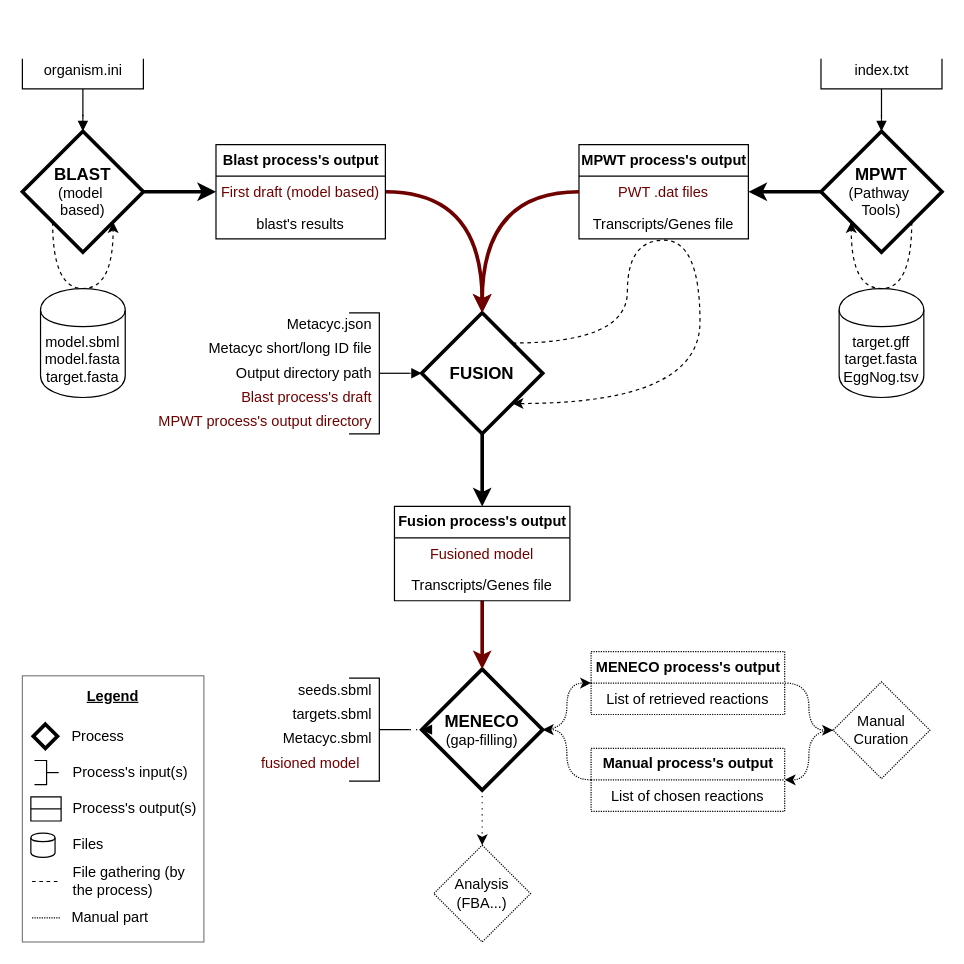
AsaLap/PlantGEMs keeps this draw.io diagram as Flowchart_PlantGEMs.drawio. Above is the earlier version. Source tidied: cells renumbered, new cells numbered last; positions are measured from the earlier drawing's top-left corner, leaving out a move shared by most shapes. Both pictures are drawn from the tidied source at 121%, with x=0, y=0 at pixel (22, 58).
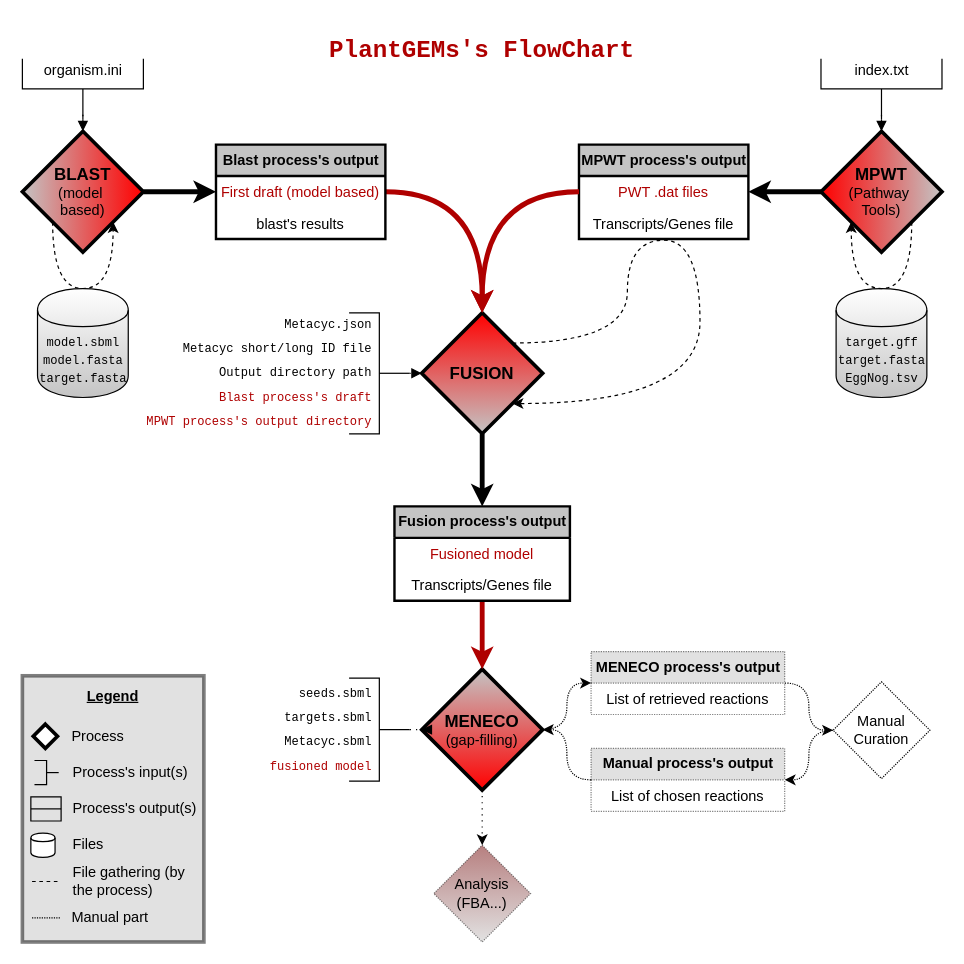
Above is the later version.

Commit message:
Update Flowchart's colors

Diff of the diagram source:
```diff
@@
-    <mxCell id="2" value="&lt;font color=&quot;#000000&quot;&gt;&lt;b&gt;&lt;u&gt;Legend&lt;br&gt;&lt;br&gt;&lt;/u&gt;&lt;/b&gt;&lt;br&gt;&lt;br&gt;&lt;br&gt;&lt;br&gt;&lt;br&gt;&lt;br&gt;&lt;br&gt;&lt;/font&gt;&lt;div style=&quot;text-align: left&quot;&gt;&lt;font color=&quot;#000000&quot;&gt;&lt;br&gt;&lt;/font&gt;&lt;/div&gt;&lt;div style=&quot;text-align: left&quot;&gt;&lt;font color=&quot;#000000&quot;&gt;&lt;br&gt;&lt;/font&gt;&lt;/div&gt;&lt;div style=&quot;text-align: left&quot;&gt;&lt;font color=&quot;#000000&quot;&gt;&lt;br&gt;&lt;/font&gt;&lt;/div&gt;&lt;div style=&quot;text-align: left&quot;&gt;&lt;font color=&quot;#000000&quot;&gt;&lt;br&gt;&lt;/font&gt;&lt;/div&gt;&lt;div style=&quot;text-align: left&quot;&gt;&lt;br&gt;&lt;/div&gt;" style="rounded=0;whiteSpace=wrap;html=1;labelBackgroundColor=none;strokeWidth=1;fillColor=#ffffff;gradientColor=none;fontColor=#FFFFFF;align=center;shadow=0;opacity=50;" parent="1" vertex="1">
+    <mxCell id="2" value="&lt;font color=&quot;#000000&quot;&gt;&lt;b&gt;&lt;u&gt;Legend&lt;br&gt;&lt;br&gt;&lt;/u&gt;&lt;/b&gt;&lt;br&gt;&lt;br&gt;&lt;br&gt;&lt;br&gt;&lt;br&gt;&lt;br&gt;&lt;br&gt;&lt;/font&gt;&lt;div style=&quot;text-align: left&quot;&gt;&lt;font color=&quot;#000000&quot;&gt;&lt;br&gt;&lt;/font&gt;&lt;/div&gt;&lt;div style=&quot;text-align: left&quot;&gt;&lt;font color=&quot;#000000&quot;&gt;&lt;br&gt;&lt;/font&gt;&lt;/div&gt;&lt;div style=&quot;text-align: left&quot;&gt;&lt;font color=&quot;#000000&quot;&gt;&lt;br&gt;&lt;/font&gt;&lt;/div&gt;&lt;div style=&quot;text-align: left&quot;&gt;&lt;font color=&quot;#000000&quot;&gt;&lt;br&gt;&lt;/font&gt;&lt;/div&gt;&lt;div style=&quot;text-align: left&quot;&gt;&lt;br&gt;&lt;/div&gt;" style="rounded=0;whiteSpace=wrap;html=1;labelBackgroundColor=none;strokeWidth=3;fontColor=#FFFFFF;align=center;shadow=0;opacity=50;gradientDirection=north;fillColor=#C4C4C4;" parent="1" vertex="1">
       <mxGeometry y="510" width="150" height="220" as="geometry" />
     </mxCell>
-    <mxCell id="3" style="edgeStyle=orthogonalEdgeStyle;rounded=0;jettySize=auto;html=1;entryX=0;entryY=0.5;entryDx=0;entryDy=0;strokeWidth=3;" parent="1" edge="1" source="5">
+    <mxCell id="3" style="edgeStyle=orthogonalEdgeStyle;rounded=0;jettySize=auto;html=1;entryX=0;entryY=0.5;entryDx=0;entryDy=0;strokeWidth=4;" parent="1" edge="1" source="5">
       <mxGeometry relative="1" as="geometry">
         <mxPoint x="160" y="110" as="targetPoint" />
       </mxGeometry>
     </mxCell>
@@
-    <mxCell id="5" value="&lt;b&gt;&lt;font style=&quot;font-size: 14px&quot;&gt;BLAST&lt;/font&gt;&lt;/b&gt;&lt;br&gt;&lt;font style=&quot;font-size: 12px&quot;&gt;(model&amp;nbsp;&lt;br&gt;based)&lt;/font&gt;" style="rhombus;labelBorderColor=none;labelBackgroundColor=none;whiteSpace=wrap;html=1;strokeWidth=3;gradientColor=none;" parent="1" vertex="1">
+    <mxCell id="5" value="&lt;b&gt;&lt;font style=&quot;font-size: 14px&quot;&gt;BLAST&lt;/font&gt;&lt;/b&gt;&lt;br&gt;&lt;font style=&quot;font-size: 12px&quot;&gt;(model&amp;nbsp;&lt;br&gt;based)&lt;/font&gt;" style="rhombus;labelBorderColor=none;labelBackgroundColor=none;whiteSpace=wrap;html=1;strokeWidth=3;gradientDirection=west;gradientColor=#C4C4C4;fillColor=#FF0000;" parent="1" vertex="1">
       <mxGeometry y="60" width="100" height="100" as="geometry" />
     </mxCell>
-    <mxCell id="6" style="edgeStyle=orthogonalEdgeStyle;curved=1;jettySize=auto;html=1;entryX=1;entryY=0.5;entryDx=0;entryDy=0;startArrow=none;startFill=0;fontColor=#6F0000;strokeWidth=3;" parent="1" edge="1" source="7" target="26">
+    <mxCell id="6" style="edgeStyle=orthogonalEdgeStyle;curved=1;jettySize=auto;html=1;entryX=1;entryY=0.5;entryDx=0;entryDy=0;startArrow=none;startFill=0;fontColor=#6F0000;strokeWidth=4;" parent="1" edge="1" source="7" target="26">
       <mxGeometry relative="1" as="geometry" />
     </mxCell>
-    <mxCell id="7" value="&lt;b&gt;&lt;font style=&quot;font-size: 14px&quot;&gt;MPWT&lt;/font&gt;&lt;/b&gt;&lt;br&gt;(Pathway&amp;nbsp;&lt;br&gt;Tools)" style="rhombus;whiteSpace=wrap;html=1;strokeWidth=3;gradientColor=none;" parent="1" vertex="1">
+    <mxCell id="7" value="&lt;b&gt;&lt;font style=&quot;font-size: 14px&quot;&gt;MPWT&lt;/font&gt;&lt;/b&gt;&lt;br&gt;(Pathway&amp;nbsp;&lt;br&gt;Tools)" style="rhombus;whiteSpace=wrap;html=1;strokeWidth=3;gradientDirection=east;fillColor=#FF0000;gradientColor=#C4C4C4;" parent="1" vertex="1">
       <mxGeometry x="660" y="60" width="100" height="100" as="geometry" />
     </mxCell>
-    <mxCell id="8" style="edgeStyle=orthogonalEdgeStyle;curved=1;jettySize=auto;html=1;entryX=0.5;entryY=0;entryDx=0;entryDy=0;startArrow=none;startFill=0;fontColor=#6F0000;strokeWidth=3;" parent="1" edge="1" source="9" target="54">
+    <mxCell id="8" style="edgeStyle=orthogonalEdgeStyle;curved=1;jettySize=auto;html=1;entryX=0.5;entryY=0;entryDx=0;entryDy=0;startArrow=none;startFill=0;fontColor=#6F0000;strokeWidth=4;" parent="1" edge="1" source="9" target="54">
       <mxGeometry relative="1" as="geometry" />
     </mxCell>
-    <mxCell id="9" value="&lt;b&gt;&lt;font style=&quot;font-size: 14px&quot;&gt;FUSION&lt;/font&gt;&lt;/b&gt;" style="rhombus;whiteSpace=wrap;html=1;strokeWidth=3;gradientColor=none;" parent="1" vertex="1">
+    <mxCell id="9" value="&lt;b&gt;&lt;font style=&quot;font-size: 14px&quot;&gt;FUSION&lt;/font&gt;&lt;/b&gt;" style="rhombus;whiteSpace=wrap;html=1;strokeWidth=3;fillColor=#FF0000;gradientColor=#C4C4C4;" parent="1" vertex="1">
       <mxGeometry x="330" y="210" width="100" height="100" as="geometry" />
     </mxCell>
@@
-    <mxCell id="12" value="&lt;b&gt;&lt;font style=&quot;font-size: 14px&quot;&gt;MENECO&lt;/font&gt;&lt;/b&gt;&lt;br&gt;(gap-filling)" style="rhombus;whiteSpace=wrap;html=1;rounded=0;strokeWidth=3;gradientColor=none;" parent="1" vertex="1">
+    <mxCell id="12" value="&lt;b&gt;&lt;font style=&quot;font-size: 14px&quot;&gt;MENECO&lt;/font&gt;&lt;/b&gt;&lt;br&gt;(gap-filling)" style="rhombus;whiteSpace=wrap;html=1;rounded=0;strokeWidth=3;gradientDirection=north;gradientColor=#C4C4C4;fillColor=#FF0000;" parent="1" vertex="1">
       <mxGeometry x="330" y="504.5" width="100" height="100" as="geometry" />
     </mxCell>
@@
-    <mxCell id="21" style="edgeStyle=orthogonalEdgeStyle;curved=1;jettySize=auto;html=1;entryX=0.5;entryY=0;entryDx=0;entryDy=0;startArrow=none;startFill=0;fontColor=#000000;fillColor=#a20025;strokeColor=#6F0000;strokeWidth=3;" parent="1" edge="1" source="22" target="9">
+    <mxCell id="21" style="edgeStyle=orthogonalEdgeStyle;curved=1;jettySize=auto;html=1;entryX=0.5;entryY=0;entryDx=0;entryDy=0;startArrow=none;startFill=0;fillColor=#a20025;strokeWidth=4;fontColor=#AF0000;strokeColor=#AF0000;" parent="1" edge="1" source="22" target="9">
       <mxGeometry relative="1" as="geometry" />
     </mxCell>
-    <mxCell id="22" value="&lt;b&gt;Blast process's output&lt;/b&gt;" style="swimlane;fontStyle=0;horizontal=1;startSize=26;fillColor=none;labelBackgroundColor=none;fontColor=#000000;align=center;html=1;" parent="1" vertex="1">
+    <mxCell id="22" value="&lt;b&gt;Blast process's output&lt;/b&gt;" style="swimlane;fontStyle=0;horizontal=1;startSize=26;labelBackgroundColor=none;fontColor=#000000;align=center;html=1;fillColor=#C4C4C4;strokeWidth=2;" parent="1" vertex="1">
       <mxGeometry x="160" y="71" width="140" height="78" as="geometry" />
     </mxCell>
-    <mxCell id="23" value="First draft (model based)" style="text;strokeColor=none;fillColor=none;align=center;verticalAlign=top;spacingLeft=4;spacingRight=4;overflow=hidden;fontColor=#6F0000;" parent="22" vertex="1">
+    <mxCell id="23" value="First draft (model based)" style="text;strokeColor=none;fillColor=none;align=center;verticalAlign=top;spacingLeft=4;spacingRight=4;overflow=hidden;fontColor=#AF0000;" parent="22" vertex="1">
       <mxGeometry y="26" width="140" height="26" as="geometry" />
     </mxCell>
@@
-    <mxCell id="25" value="&lt;b&gt;MPWT process's output&lt;/b&gt;" style="swimlane;fontStyle=0;horizontal=1;startSize=26;fillColor=none;labelBackgroundColor=none;fontColor=#000000;align=center;html=1;" parent="1" vertex="1">
+    <mxCell id="25" value="&lt;b&gt;MPWT process's output&lt;/b&gt;" style="swimlane;fontStyle=0;horizontal=1;startSize=26;labelBackgroundColor=none;fontColor=#000000;align=center;html=1;fillColor=#C4C4C4;strokeWidth=2;" parent="1" vertex="1">
       <mxGeometry x="460" y="71" width="140" height="78" as="geometry" />
     </mxCell>
-    <mxCell id="26" value="PWT .dat files" style="text;strokeColor=none;fillColor=none;align=center;verticalAlign=top;spacingLeft=4;spacingRight=4;overflow=hidden;points=[[0,0.5],[1,0.5]];portConstraint=eastwest;fontColor=#6F0000;" parent="25" vertex="1">
+    <mxCell id="26" value="PWT .dat files" style="text;strokeColor=none;fillColor=none;align=center;verticalAlign=top;spacingLeft=4;spacingRight=4;overflow=hidden;points=[[0,0.5],[1,0.5]];portConstraint=eastwest;fontColor=#AF0000;" parent="25" vertex="1">
       <mxGeometry y="26" width="140" height="26" as="geometry" />
     </mxCell>
@@
-    <mxCell id="28" style="edgeStyle=orthogonalEdgeStyle;curved=1;jettySize=auto;html=1;entryX=0.5;entryY=0;entryDx=0;entryDy=0;startArrow=none;startFill=0;fontColor=#6F0000;fillColor=#a20025;strokeColor=#6F0000;strokeWidth=3;" parent="1" edge="1" source="54" target="12">
+    <mxCell id="28" style="edgeStyle=orthogonalEdgeStyle;curved=1;jettySize=auto;html=1;entryX=0.5;entryY=0;entryDx=0;entryDy=0;startArrow=none;startFill=0;fillColor=#a20025;strokeWidth=4;fontColor=#AF0000;strokeColor=#AF0000;" parent="1" edge="1" source="54" target="12">
       <mxGeometry relative="1" as="geometry" />
     </mxCell>
-    <mxCell id="29" value="Analysis&lt;br&gt;(FBA...)" style="rhombus;whiteSpace=wrap;html=1;align=center;dashed=1;dashPattern=1 1;" parent="1" vertex="1">
+    <mxCell id="29" value="Analysis&lt;br&gt;(FBA...)" style="rhombus;whiteSpace=wrap;html=1;align=center;dashed=1;dashPattern=1 1;fillColor=#C4C4C4;gradientColor=#6F0000;opacity=50;gradientDirection=north;" parent="1" vertex="1">
       <mxGeometry x="340" y="650" width="80" height="80" as="geometry" />
     </mxCell>
@@
-    <mxCell id="31" value="model.sbml&lt;br&gt;model.fasta&lt;br&gt;target.fasta" style="shape=cylinder;html=1;boundedLbl=1;backgroundOutline=1;align=center;labelBackgroundColor=none;labelBorderColor=none;whiteSpace=wrap;" parent="1" vertex="1">
-      <mxGeometry x="15" y="190" width="70" height="90" as="geometry" />
+    <mxCell id="31" value="&lt;font face=&quot;Courier New&quot; style=&quot;font-size: 10px&quot;&gt;model.sbml&lt;br&gt;model.fasta&lt;br&gt;target.fasta&lt;/font&gt;" style="shape=cylinder;html=1;boundedLbl=1;backgroundOutline=1;align=center;labelBackgroundColor=none;labelBorderColor=none;whiteSpace=wrap;fillColor=#C4C4C4;gradientColor=#ffffff;gradientDirection=north;" parent="1" vertex="1">
+      <mxGeometry x="12.5" y="190" width="75" height="90" as="geometry" />
     </mxCell>
@@
-    <mxCell id="34" value="target.gff&lt;br&gt;target.fasta&lt;br&gt;EggNog.tsv" style="shape=cylinder;html=1;boundedLbl=1;backgroundOutline=1;align=center;labelBackgroundColor=none;labelBorderColor=none;whiteSpace=wrap;" parent="1" vertex="1">
-      <mxGeometry x="675" y="190" width="70" height="90" as="geometry" />
+    <mxCell id="34" value="&lt;font face=&quot;Courier New&quot; style=&quot;font-size: 10px&quot;&gt;target.gff&lt;br&gt;target.fasta&lt;br&gt;EggNog.tsv&lt;/font&gt;" style="shape=cylinder;html=1;boundedLbl=1;backgroundOutline=1;align=center;labelBackgroundColor=none;labelBorderColor=none;whiteSpace=wrap;fillColor=#C4C4C4;gradientColor=#ffffff;gradientDirection=north;" parent="1" vertex="1">
+      <mxGeometry x="672.5" y="190" width="75" height="90" as="geometry" />
     </mxCell>
@@
-    <mxCell id="36" value="Metacyc short/long ID file" style="text;html=1;align=right;verticalAlign=middle;" parent="1" vertex="1">
-      <mxGeometry x="140" y="230" width="150" height="20" as="geometry" />
+    <mxCell id="36" value="Metacyc short/long ID file" style="text;html=1;align=right;verticalAlign=middle;fontFamily=Courier New;fontSize=10;" parent="1" vertex="1">
+      <mxGeometry x="120" y="230" width="170" height="20" as="geometry" />
     </mxCell>
-    <mxCell id="37" value="Metacyc.json" style="text;html=1;align=right;verticalAlign=middle;" parent="1" vertex="1">
+    <mxCell id="37" value="Metacyc.json" style="text;html=1;align=right;verticalAlign=middle;fontFamily=Courier New;fontSize=10;" parent="1" vertex="1">
       <mxGeometry x="200" y="210" width="90" height="20" as="geometry" />
     </mxCell>
-    <mxCell id="38" value="MPWT process's output directory" style="text;html=1;align=right;verticalAlign=middle;fontColor=#6F0000;" parent="1" vertex="1">
-      <mxGeometry x="100" y="290" width="190" height="20" as="geometry" />
+    <mxCell id="38" value="MPWT process's output directory" style="text;html=1;align=right;verticalAlign=middle;fontFamily=Courier New;fontSize=10;fontColor=#AF0000;" parent="1" vertex="1">
+      <mxGeometry x="90" y="290" width="200" height="20" as="geometry" />
     </mxCell>
-    <mxCell id="39" style="edgeStyle=orthogonalEdgeStyle;curved=1;jettySize=auto;html=1;exitX=0;exitY=0.5;exitDx=0;exitDy=0;entryX=0.5;entryY=0;entryDx=0;entryDy=0;startArrow=none;startFill=0;fontColor=#6F0000;fillColor=#a20025;strokeColor=#6F0000;strokeWidth=3;" parent="1" edge="1" source="26" target="9">
+    <mxCell id="39" style="edgeStyle=orthogonalEdgeStyle;curved=1;jettySize=auto;html=1;exitX=0;exitY=0.5;exitDx=0;exitDy=0;entryX=0.5;entryY=0;entryDx=0;entryDy=0;startArrow=none;startFill=0;fontColor=#6F0000;fillColor=#a20025;strokeWidth=4;strokeColor=#AF0000;" parent="1" edge="1" source="26" target="9">
       <mxGeometry relative="1" as="geometry" />
     </mxCell>
-    <mxCell id="40" value="Blast process's draft" style="text;html=1;align=right;verticalAlign=middle;fontColor=#6F0000;" parent="1" vertex="1">
-      <mxGeometry x="170" y="270" width="120" height="20" as="geometry" />
+    <mxCell id="40" value="Blast process's draft" style="text;html=1;align=right;verticalAlign=middle;fontFamily=Courier New;fontSize=10;fontColor=#AF0000;" parent="1" vertex="1">
+      <mxGeometry x="150" y="270" width="140" height="20" as="geometry" />
     </mxCell>
-    <mxCell id="41" value="Output directory path" style="text;html=1;align=right;verticalAlign=middle;" parent="1" vertex="1">
-      <mxGeometry x="160" y="250" width="130" height="20" as="geometry" />
+    <mxCell id="41" value="Output directory path" style="text;html=1;align=right;verticalAlign=middle;fontFamily=Courier New;fontSize=10;" parent="1" vertex="1">
+      <mxGeometry x="150" y="250" width="140" height="20" as="geometry" />
     </mxCell>
@@
-    <mxCell id="44" value="seeds.sbml" style="text;html=1;align=right;verticalAlign=middle;" parent="1" vertex="1">
-      <mxGeometry x="210" y="512" width="80" height="20" as="geometry" />
+    <mxCell id="44" value="seeds.sbml" style="text;html=1;align=right;verticalAlign=middle;fontFamily=Courier New;fontSize=10;" parent="1" vertex="1">
+      <mxGeometry x="210" y="515" width="80" height="20" as="geometry" />
     </mxCell>
-    <mxCell id="45" value="targets.sbml" style="text;html=1;align=right;verticalAlign=middle;" parent="1" vertex="1">
-      <mxGeometry x="210" y="532" width="80" height="20" as="geometry" />
+    <mxCell id="45" value="targets.sbml" style="text;html=1;align=right;verticalAlign=middle;fontFamily=Courier New;fontSize=10;" parent="1" vertex="1">
+      <mxGeometry x="200" y="535" width="90" height="20" as="geometry" />
     </mxCell>
-    <mxCell id="46" value="fusioned model" style="text;html=1;align=right;verticalAlign=middle;fontColor=#6F0000;" parent="1" vertex="1">
-      <mxGeometry x="180" y="572.5" width="100" height="20" as="geometry" />
+    <mxCell id="46" value="fusioned model" style="text;html=1;align=right;verticalAlign=middle;fontFamily=Courier New;fontSize=10;fontColor=#AF0000;" parent="1" vertex="1">
+      <mxGeometry x="190" y="575" width="100" height="20" as="geometry" />
     </mxCell>
-    <mxCell id="47" value="Metacyc.sbml" style="text;html=1;align=right;verticalAlign=middle;" parent="1" vertex="1">
-      <mxGeometry x="200" y="552" width="90" height="20" as="geometry" />
+    <mxCell id="47" value="Metacyc.sbml" style="text;html=1;align=right;verticalAlign=middle;fontFamily=Courier New;fontSize=10;" parent="1" vertex="1">
+      <mxGeometry x="200" y="555" width="90" height="20" as="geometry" />
     </mxCell>
@@
-    <mxCell id="49" value="&lt;b&gt;MENECO process's output&lt;/b&gt;" style="swimlane;fontStyle=0;horizontal=1;startSize=26;fillColor=none;labelBackgroundColor=none;fontColor=#000000;align=center;html=1;dashed=1;dashPattern=1 1;" parent="1" vertex="1">
+    <mxCell id="49" value="&lt;b&gt;MENECO process's output&lt;/b&gt;" style="swimlane;fontStyle=0;horizontal=1;startSize=26;labelBackgroundColor=none;fontColor=#000000;align=center;html=1;dashed=1;dashPattern=1 1;fillColor=#C4C4C4;opacity=50;" parent="1" vertex="1">
       <mxGeometry x="470" y="490" width="160" height="52" as="geometry" />
     </mxCell>
@@
-    <mxCell id="52" value="&lt;font&gt;&lt;b&gt;Manual process's output&lt;/b&gt;&lt;/font&gt;" style="swimlane;fontStyle=0;horizontal=1;startSize=26;fillColor=none;labelBackgroundColor=none;align=center;html=1;dashed=1;dashPattern=1 1;" parent="1" vertex="1">
+    <mxCell id="52" value="&lt;font&gt;&lt;b&gt;Manual process's output&lt;/b&gt;&lt;/font&gt;" style="swimlane;fontStyle=0;horizontal=1;startSize=26;labelBackgroundColor=none;align=center;html=1;dashed=1;dashPattern=1 1;fillColor=#C4C4C4;opacity=50;" parent="1" vertex="1">
       <mxGeometry x="470" y="570" width="160" height="52" as="geometry" />
     </mxCell>
@@
-    <mxCell id="54" value="&lt;b&gt;Fusion process's output&lt;/b&gt;" style="swimlane;fontStyle=0;horizontal=1;startSize=26;fillColor=none;labelBackgroundColor=none;fontColor=#000000;align=center;html=1;" parent="1" vertex="1">
+    <mxCell id="54" value="&lt;b&gt;Fusion process's output&lt;/b&gt;" style="swimlane;fontStyle=0;horizontal=1;startSize=26;labelBackgroundColor=none;fontColor=#000000;align=center;html=1;fillColor=#C4C4C4;strokeWidth=2;" parent="1" vertex="1">
       <mxGeometry x="307.5" y="370" width="145" height="78" as="geometry" />
     </mxCell>
-    <mxCell id="55" value="Fusioned model" style="text;strokeColor=none;fillColor=none;align=center;verticalAlign=top;spacingLeft=4;spacingRight=4;overflow=hidden;fontColor=#6F0000;" parent="54" vertex="1">
+    <mxCell id="55" value="Fusioned model" style="text;strokeColor=none;fillColor=none;align=center;verticalAlign=top;spacingLeft=4;spacingRight=4;overflow=hidden;fontColor=#AF0000;" parent="54" vertex="1">
       <mxGeometry y="26" width="145" height="26" as="geometry" />
     </mxCell>
@@
+    <mxCell id="69" value="&lt;h1&gt;PlantGEMs's FlowChart&lt;/h1&gt;" style="text;html=1;strokeColor=none;fillColor=none;spacing=5;spacingTop=-20;whiteSpace=wrap;overflow=hidden;rounded=0;labelBackgroundColor=none;fontFamily=Courier New;fontSize=10;fontColor=#AF0000;opacity=50;align=center;" parent="1" vertex="1">
+      <mxGeometry x="140" y="-21" width="480" height="30" as="geometry" />
+    </mxCell>
```
